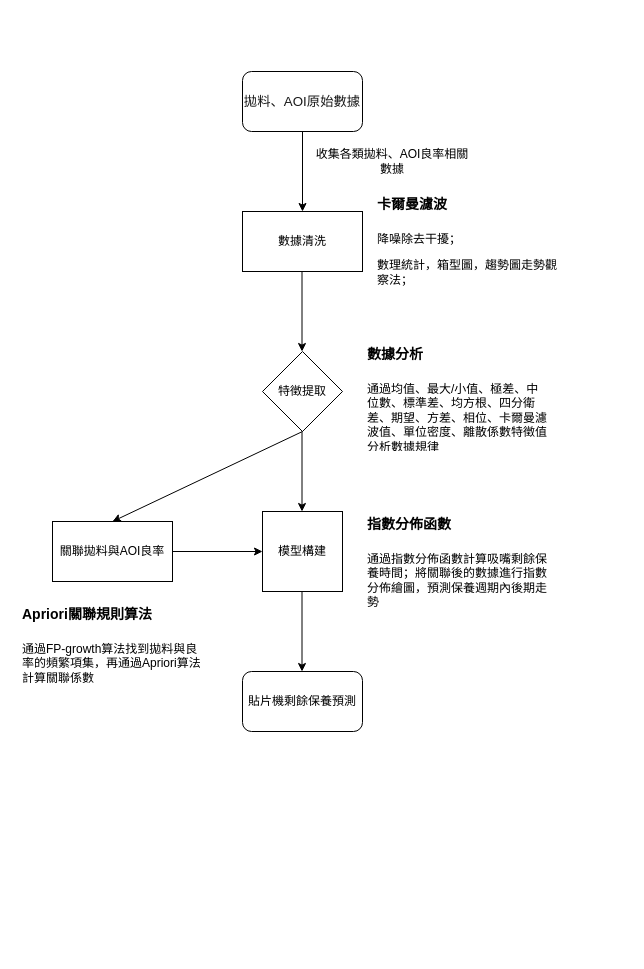
Earlier version of the draw.io diagram Untitled Diagram.drawio (pioneer145790/manual-location). Source tidied: cells renumbered, new cells numbered last; positions are measured from the earlier drawing's top-left corner, leaving out a move shared by most shapes. Both pictures are drawn from the tidied source at 100%, with x=0, y=0 at pixel (17, 71).
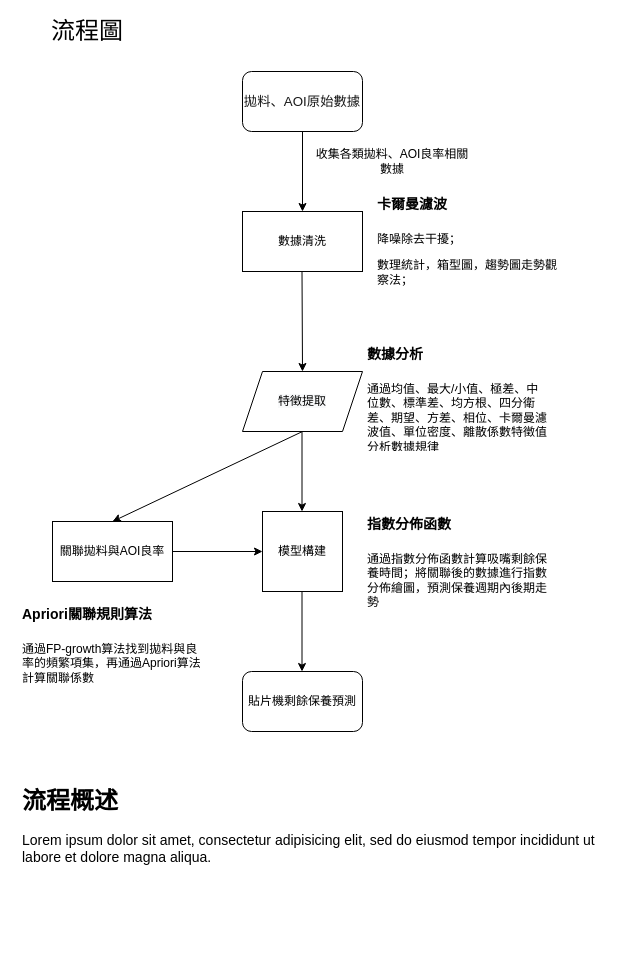
The same diagram, later.

The edit, as a diff of the source:
```diff
@@
-    <mxCell id="7" style="endArrow=classic;html=1;exitX=0.5;exitY=1;exitDx=0;exitDy=0;" parent="1" edge="1">
+    <mxCell id="7" style="endArrow=classic;html=1;exitX=0.5;exitY=1;exitDx=0;exitDy=0;entryX=0.5;entryY=0;entryDx=0;entryDy=0;" parent="1" edge="1" target="8">
       <mxGeometry relative="1" as="geometry">
         <mxPoint x="284.5" y="200" as="sourcePoint" />
-        <mxPoint x="284.5" y="280" as="targetPoint" />
       </mxGeometry>
     </mxCell>
-    <mxCell id="8" value="&lt;span&gt;特徵提取&lt;/span&gt;" style="rhombus;whiteSpace=wrap;html=1;" parent="1" vertex="1">
-      <mxGeometry x="245" y="280" width="80" height="80" as="geometry" />
-    </mxCell>
@@
+    <mxCell id="8" value="&lt;span style=&quot;color: rgb(0, 0, 0); font-family: helvetica; font-size: 12px; font-style: normal; font-weight: 400; letter-spacing: normal; text-align: center; text-indent: 0px; text-transform: none; word-spacing: 0px; background-color: rgb(248, 249, 250); display: inline; float: none;&quot;&gt;特徵提取&lt;/span&gt;" style="shape=parallelogram;perimeter=parallelogramPerimeter;whiteSpace=wrap;html=1;fixedSize=1;" parent="1" vertex="1">
+      <mxGeometry x="225" y="300" width="120" height="60" as="geometry" />
+    </mxCell>
+    <mxCell id="19" value="&lt;h1&gt;流程概述&lt;/h1&gt;&lt;p&gt;&lt;font style=&quot;font-size: 14px&quot;&gt;Lorem ipsum dolor sit amet, consectetur adipisicing elit, sed do eiusmod tempor incididunt ut labore et dolore magna aliqua.&lt;/font&gt;&lt;/p&gt;" style="text;html=1;strokeColor=none;fillColor=none;spacing=5;spacingTop=-20;whiteSpace=wrap;overflow=hidden;rounded=0;" parent="1" vertex="1">
+      <mxGeometry y="710" width="610" height="170" as="geometry" />
+    </mxCell>
+    <mxCell id="20" value="&lt;font style=&quot;font-size: 24px&quot;&gt;流程圖&lt;/font&gt;" style="text;html=1;strokeColor=none;fillColor=none;align=center;verticalAlign=middle;whiteSpace=wrap;rounded=0;" parent="1" vertex="1">
+      <mxGeometry x="10" y="-50" width="120" height="20" as="geometry" />
+    </mxCell>
```
